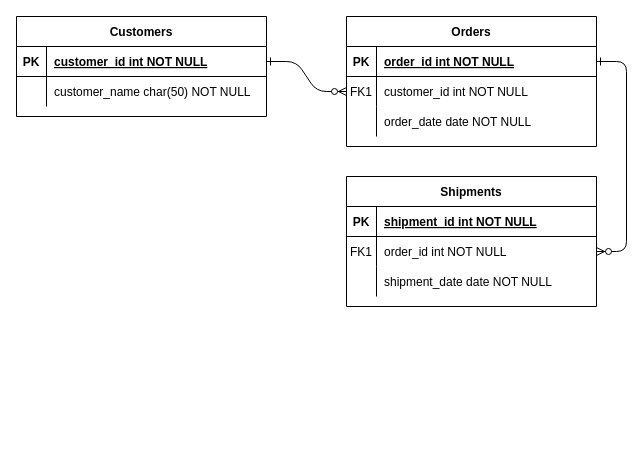
This is 名称未設定ファイル.drawio from toshiaki-kawase/test, a draw.io file, before an edit. Source tidied: cells renumbered, new cells numbered last; positions are measured from the earlier drawing's top-left corner, leaving out a move shared by most shapes. Both pictures are drawn from the tidied source at 100%, with x=0, y=0 at pixel (16, 16).
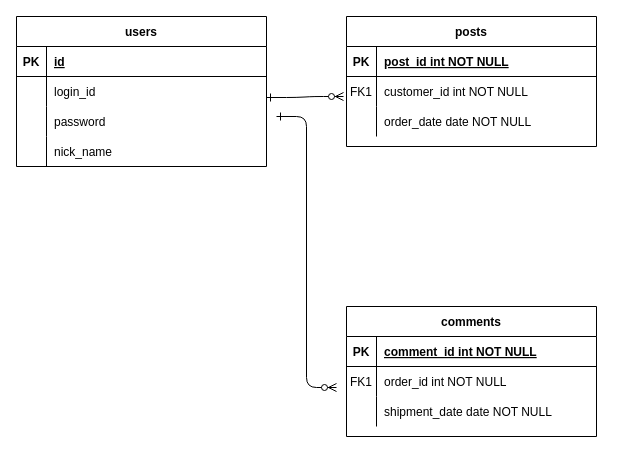
After the change.

Unchanged cells that the change refers to:
```xml
<mxCell id="5" style="shape=partialRectangle;fillColor=none;points=[[0,0.5],[1,0.5]];portConstraint=eastwest;top=0;left=0;right=0;bottom=1;" parent="4" vertex="1">
  <mxGeometry y="30" width="250" height="30" as="geometry" />
</mxCell>
<mxCell id="8" style="shape=partialRectangle;fillColor=none;points=[[0,0.5],[1,0.5]];portConstraint=eastwest;top=0;left=0;right=0;bottom=0;" parent="4" vertex="1">
  <mxGeometry y="60" width="250" height="30" as="geometry" />
</mxCell>
<mxCell id="15" style="shape=partialRectangle;fillColor=none;top=0;left=0;right=0;bottom=1;" parent="14" vertex="1">
  <mxGeometry y="30" width="250" height="30" as="geometry" />
</mxCell>
<mxCell id="18" style="shape=partialRectangle;fillColor=none;points=[[0,0.5],[1,0.5]];portConstraint=eastwest;top=0;left=0;right=0;bottom=0;" parent="14" vertex="1">
  <mxGeometry y="60" width="250" height="30" as="geometry" />
</mxCell>
<mxCell id="25" style="shape=partialRectangle;fillColor=none;points=[[0,0.5],[1,0.5]];portConstraint=eastwest;top=0;left=0;right=0;bottom=1;" parent="24" vertex="1">
  <mxGeometry y="30" width="250" height="30" as="geometry" />
</mxCell>
<mxCell id="28" style="shape=partialRectangle;fillColor=none;top=0;left=0;right=0;bottom=0;" parent="24" vertex="1">
  <mxGeometry y="60" width="250" height="30" as="geometry" />
</mxCell>
```

The edit, as a diff of the source:
```diff
@@
-    <mxCell id="2" style="edgeStyle=entityRelationEdgeStyle;endArrow=ERzeroToMany;startArrow=ERone;endFill=1;startFill=0;" parent="1" edge="1" source="25" target="8">
-      <mxGeometry relative="1" as="geometry" />
+    <mxCell id="2" style="edgeStyle=entityRelationEdgeStyle;endArrow=ERzeroToMany;startArrow=ERone;endFill=1;startFill=0;" parent="1" edge="1">
+      <mxGeometry relative="1" as="geometry">
+        <mxPoint x="250" y="81" as="sourcePoint" />
+        <mxPoint x="327" y="80" as="targetPoint" />
+        <Array as="points">
+          <mxPoint x="280" y="190" />
+          <mxPoint x="290" y="210" />
+        </Array>
+      </mxGeometry>
     </mxCell>
-    <mxCell id="3" style="edgeStyle=entityRelationEdgeStyle;endArrow=ERzeroToMany;startArrow=ERone;endFill=1;startFill=0;" parent="1" edge="1" source="5" target="18">
-      <mxGeometry relative="1" as="geometry" />
+    <mxCell id="3" style="edgeStyle=entityRelationEdgeStyle;endArrow=ERzeroToMany;startArrow=ERone;endFill=1;startFill=0;" parent="1" edge="1">
+      <mxGeometry relative="1" as="geometry">
+        <mxPoint x="260" y="100" as="sourcePoint" />
+        <mxPoint x="320" y="371" as="targetPoint" />
+        <Array as="points">
+          <mxPoint x="290" y="96" />
+          <mxPoint x="282" y="90" />
+          <mxPoint x="290" y="90" />
+          <mxPoint x="290" y="100" />
+          <mxPoint x="280" y="155.5" />
+          <mxPoint x="290" y="240" />
+          <mxPoint x="290" y="215.5" />
+          <mxPoint x="290" y="155.5" />
+          <mxPoint x="300" y="365.5" />
+        </Array>
+      </mxGeometry>
     </mxCell>
-    <mxCell id="4" value="Orders" style="shape=table;startSize=30;childLayout=tableLayout;rowLines=0;fontStyle=1;align=center;" parent="1" vertex="1">
+    <mxCell id="4" value="posts" style="shape=table;startSize=30;childLayout=tableLayout;rowLines=0;fontStyle=1;align=center;" parent="1" vertex="1">
       <mxGeometry x="330" width="250" height="130" as="geometry" />
     </mxCell>
@@
-    <mxCell id="7" value="order_id int NOT NULL " style="shape=partialRectangle;overflow=hidden;fillColor=none;top=0;left=0;bottom=0;right=0;align=left;spacingLeft=6;fontStyle=5;" parent="5" vertex="1">
+    <mxCell id="7" value="post_id int NOT NULL " style="shape=partialRectangle;overflow=hidden;fillColor=none;top=0;left=0;bottom=0;right=0;align=left;spacingLeft=6;fontStyle=5;" parent="5" vertex="1">
       <mxGeometry x="30" width="220" height="30" as="geometry" />
     </mxCell>
@@
-    <mxCell id="14" value="Shipments" style="shape=table;startSize=30;childLayout=tableLayout;rowLines=0;fontStyle=1;align=center;" parent="1" vertex="1">
-      <mxGeometry x="330" y="160" width="250" height="130" as="geometry" />
+    <mxCell id="14" value="comments" style="shape=table;startSize=30;childLayout=tableLayout;rowLines=0;fontStyle=1;align=center;" parent="1" vertex="1">
+      <mxGeometry x="330" y="290" width="250" height="130" as="geometry" />
     </mxCell>
@@
-    <mxCell id="17" value="shipment_id int NOT NULL " style="shape=partialRectangle;overflow=hidden;fillColor=none;top=0;left=0;bottom=0;right=0;align=left;spacingLeft=6;fontStyle=5;" parent="15" vertex="1">
+    <mxCell id="17" value="comment_id int NOT NULL " style="shape=partialRectangle;overflow=hidden;fillColor=none;top=0;left=0;bottom=0;right=0;align=left;spacingLeft=6;fontStyle=5;" parent="15" vertex="1">
       <mxGeometry x="30" width="220" height="30" as="geometry" />
     </mxCell>
@@
-    <mxCell id="24" value="Customers" style="shape=table;startSize=30;childLayout=tableLayout;rowLines=0;fontStyle=1;align=center;" parent="1" vertex="1">
-      <mxGeometry width="250" height="100" as="geometry" />
+    <mxCell id="24" value="users" style="shape=table;startSize=30;childLayout=tableLayout;rowLines=0;fontStyle=1;align=center;" parent="1" vertex="1">
+      <mxGeometry width="250" height="150" as="geometry" />
     </mxCell>
@@
-    <mxCell id="27" value="customer_id int NOT NULL " style="shape=partialRectangle;overflow=hidden;fillColor=none;top=0;left=0;bottom=0;right=0;align=left;spacingLeft=6;fontStyle=5;" parent="25" vertex="1">
+    <mxCell id="27" value="id" style="shape=partialRectangle;overflow=hidden;fillColor=none;top=0;left=0;bottom=0;right=0;align=left;spacingLeft=6;fontStyle=5;" parent="25" vertex="1">
       <mxGeometry x="30" width="220" height="30" as="geometry" />
     </mxCell>
@@
-    <mxCell id="30" value="customer_name char(50) NOT NULL" style="shape=partialRectangle;overflow=hidden;fillColor=none;top=0;left=0;bottom=0;right=0;align=left;spacingLeft=6;" parent="28" vertex="1">
+    <mxCell id="30" value="login_id" style="shape=partialRectangle;overflow=hidden;fillColor=none;top=0;left=0;bottom=0;right=0;align=left;spacingLeft=6;" parent="28" vertex="1">
       <mxGeometry x="30" width="220" height="30" as="geometry" />
     </mxCell>
+    <mxCell id="31" style="shape=partialRectangle;fillColor=none;top=0;left=0;right=0;bottom=0;" parent="24" vertex="1">
+      <mxGeometry y="90" width="250" height="30" as="geometry" />
+    </mxCell>
+    <mxCell id="32" style="shape=partialRectangle;overflow=hidden;fillColor=none;top=0;left=0;bottom=0;right=0;" parent="31" vertex="1">
+      <mxGeometry width="30" height="30" as="geometry" />
+    </mxCell>
+    <mxCell id="33" value="password" style="shape=partialRectangle;overflow=hidden;fillColor=none;top=0;left=0;bottom=0;right=0;align=left;spacingLeft=6;" parent="31" vertex="1">
+      <mxGeometry x="30" width="220" height="30" as="geometry" />
+    </mxCell>
+    <mxCell id="34" style="shape=partialRectangle;fillColor=none;top=0;left=0;right=0;bottom=0;" parent="24" vertex="1">
+      <mxGeometry y="120" width="250" height="30" as="geometry" />
+    </mxCell>
+    <mxCell id="35" style="shape=partialRectangle;overflow=hidden;fillColor=none;top=0;left=0;bottom=0;right=0;" parent="34" vertex="1">
+      <mxGeometry width="30" height="30" as="geometry" />
+    </mxCell>
+    <mxCell id="36" value="nick_name" style="shape=partialRectangle;overflow=hidden;fillColor=none;top=0;left=0;bottom=0;right=0;align=left;spacingLeft=6;" parent="34" vertex="1">
+      <mxGeometry x="30" width="220" height="30" as="geometry" />
+    </mxCell>
```
